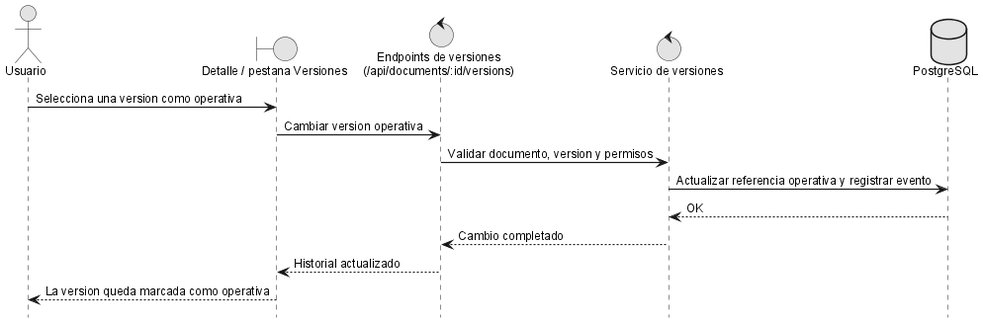
The PlantUML diagram anexos/diagramas/seq-activate-version.png in ErDeivih/DocumentChain, before a commit.
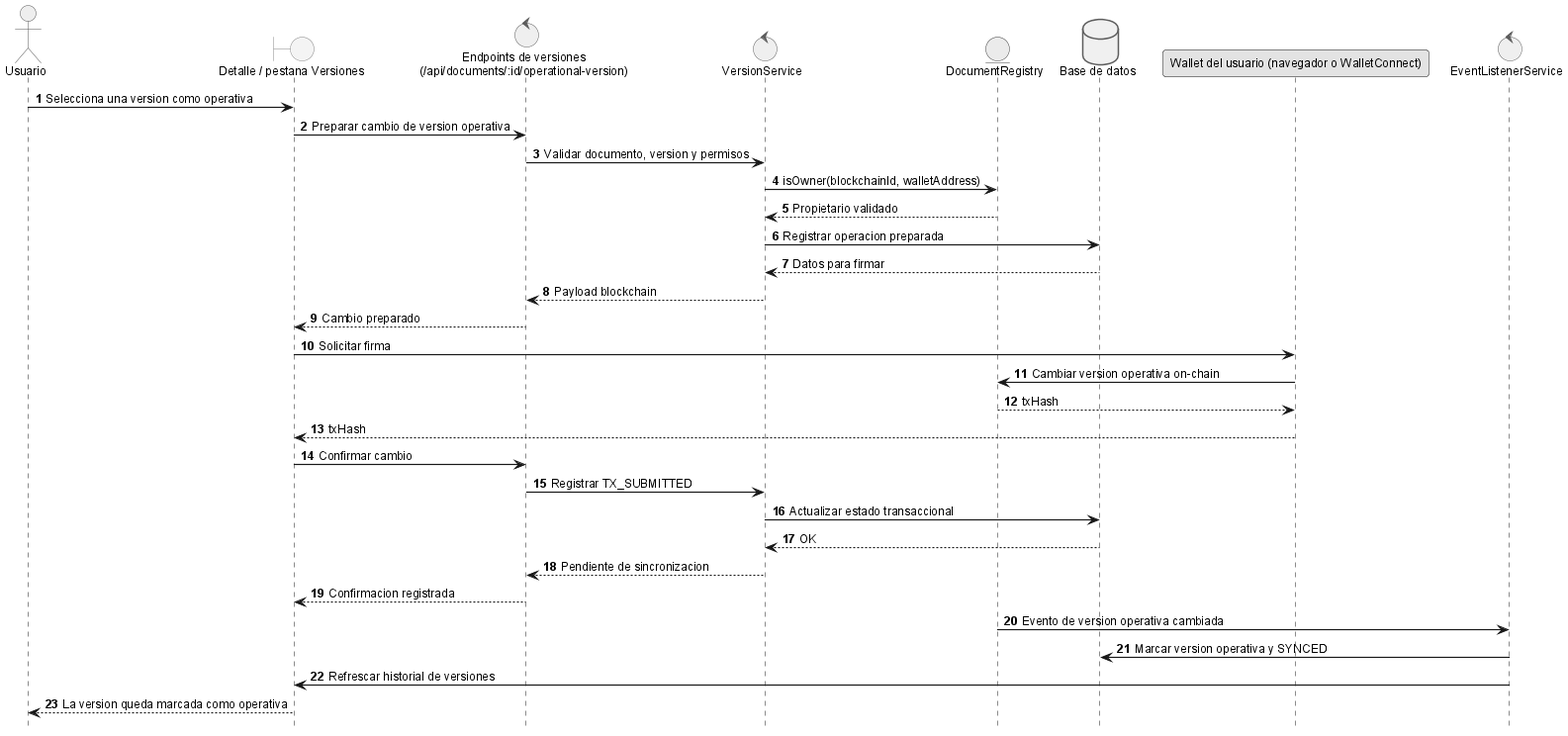
Above is the later version.

Change to the diagram source:
```diff
@@ -2,17 +2,38 @@
 !include _sequence-style.puml
 actor Usuario as user
 boundary "Detalle / pestana Versiones" as ui
-control "Endpoints de versiones\n(/api/documents/:id/versions)" as versionApi
-control "Servicio de versiones" as srv
-database "PostgreSQL" as db
+control "Endpoints de versiones\n(/api/documents/:id/operational-version)" as versionApi
+control "VersionService" as srv
+entity "DocumentRegistry" as sc
+database "Base de datos" as db
+participant "Wallet del usuario (navegador o WalletConnect)" as wallet
+control "EventListenerService" as listener
 
 user -> ui: Selecciona una version como operativa
-ui -> versionApi: Cambiar version operativa
+ui -> versionApi: Preparar cambio de version operativa
 versionApi -> srv: Validar documento, version y permisos
-srv -> db: Actualizar referencia operativa y registrar evento
+srv -> sc: isOwner(blockchainId, walletAddress)
+sc --> srv: Propietario validado
+srv -> db: Registrar operacion preparada
+db --> srv: Datos para firmar
+srv --> versionApi: Payload blockchain
+versionApi --> ui: Cambio preparado
+
+ui -> wallet: Solicitar firma
+wallet -> sc: Cambiar version operativa on-chain
+sc --> wallet: txHash
+wallet --> ui: txHash
+
+ui -> versionApi: Confirmar cambio
+versionApi -> srv: Registrar TX_SUBMITTED
+srv -> db: Actualizar estado transaccional
 db --> srv: OK
-srv --> versionApi: Cambio completado
-versionApi --> ui: Historial actualizado
+srv --> versionApi: Pendiente de sincronizacion
+versionApi --> ui: Confirmacion registrada
+
+sc -> listener: Evento de version operativa cambiada
+listener -> db: Marcar version operativa y SYNCED
+listener -> ui: Refrescar historial de versiones
 ui --> user: La version queda marcada como operativa
 
 @enduml
```
